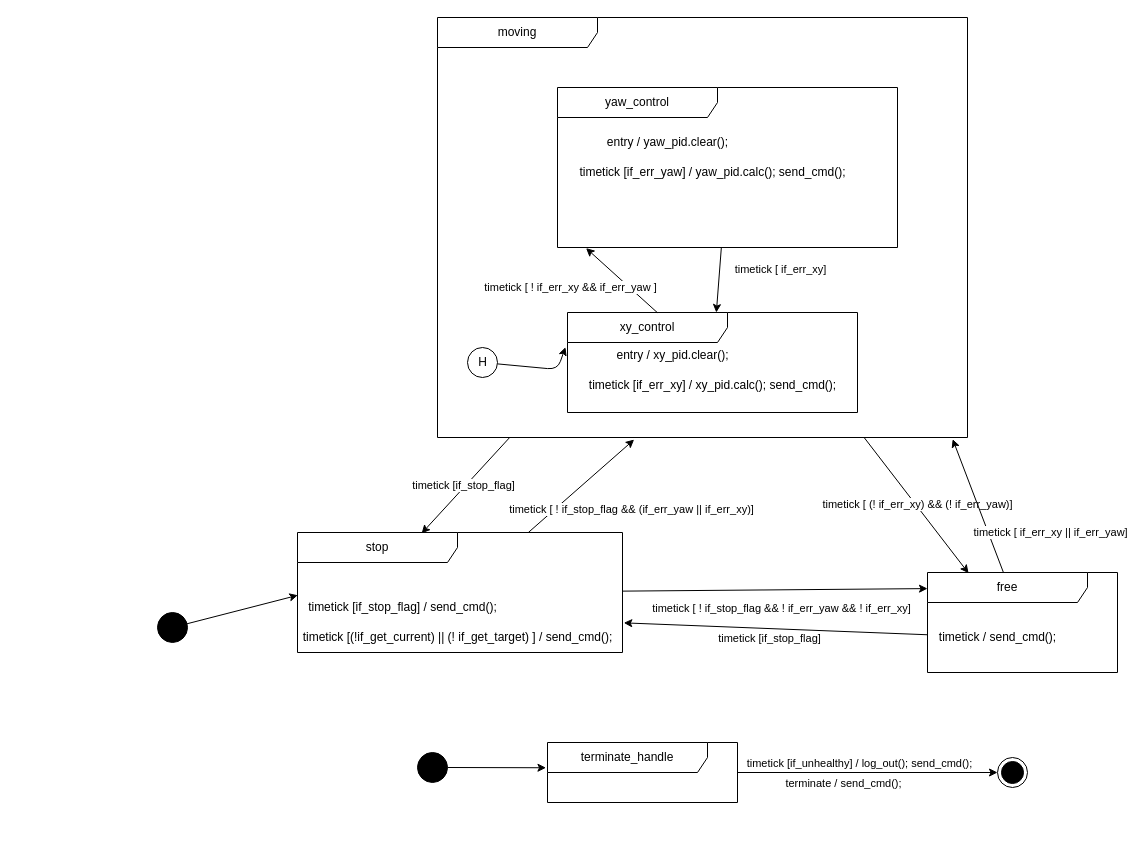
Ran13245/robot keeps this draw.io diagram as include/car_control/simpleCtrl.drawio. Above is the earlier version. Source tidied: cells renumbered, new cells numbered last; positions are measured from the earlier drawing's top-left corner, leaving out a move shared by most shapes. Both pictures are drawn from the tidied source at 100%, with x=0, y=0 at pixel (157, 17).
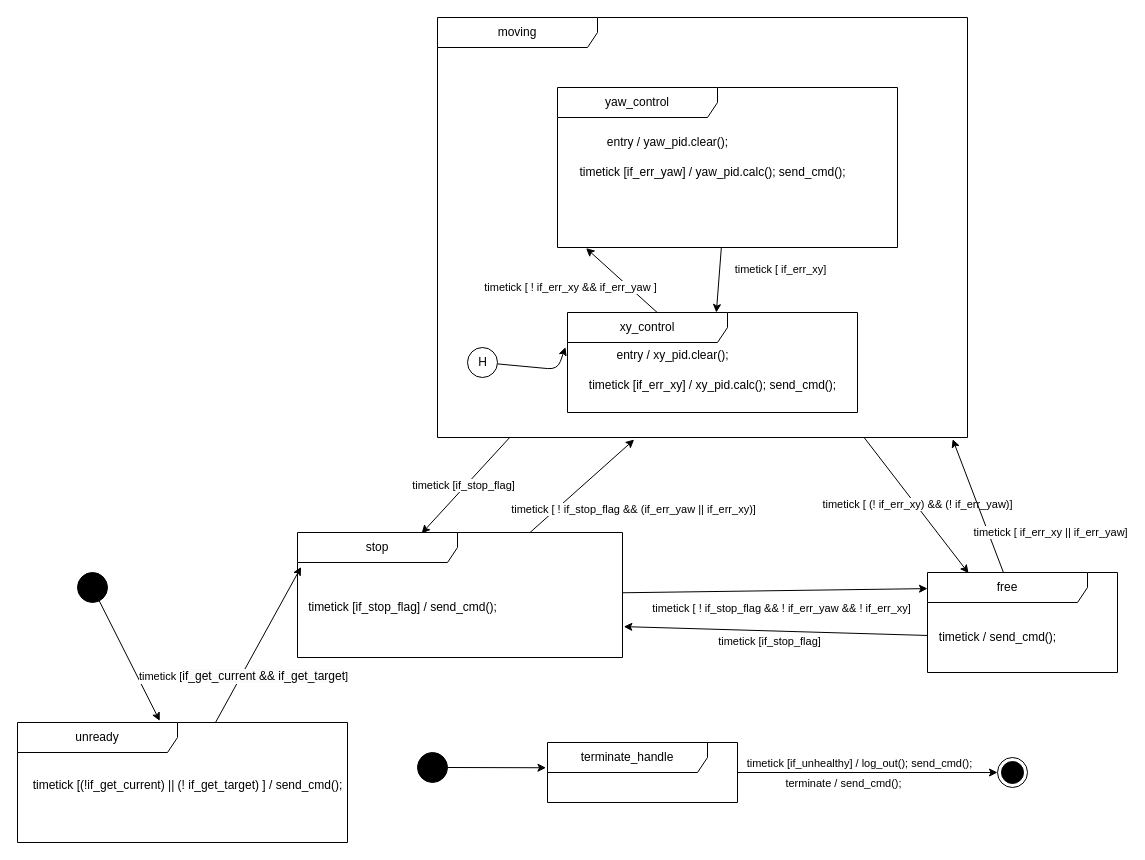
The same diagram, later.

Commit message (it also covers changes not shown here):
解决反复触发on_entry问题

What changed in the source:
```diff
@@
     <mxCell id="15" value="stop" style="shape=umlFrame;whiteSpace=wrap;html=1;width=160;" parent="1" vertex="1">
-      <mxGeometry x="140" y="515" width="325" height="120" as="geometry" />
+      <mxGeometry x="140" y="515" width="325" height="125" as="geometry" />
     </mxCell>
@@
-    <mxCell id="17" value="timetick [(!if_get_current) || (! if_get_target) ] / send_cmd();" style="text;html=1;align=center;verticalAlign=middle;strokeColor=none;fillColor=none;" parent="15" vertex="1">
-      <mxGeometry x="-5" y="90" width="330" height="30" as="geometry" />
-    </mxCell>
@@
     <mxCell id="24" style="ellipse;fillColor=strokeColor;html=1;" parent="1" vertex="1">
-      <mxGeometry y="595" width="30" height="30" as="geometry" />
+      <mxGeometry x="-80" y="555" width="30" height="30" as="geometry" />
     </mxCell>
-    <mxCell id="25" style="edgeStyle=none;html=1;entryX=0.001;entryY=0.523;entryDx=0;entryDy=0;entryPerimeter=0;" parent="1" edge="1" source="24" target="15">
+    <mxCell id="25" style="edgeStyle=none;html=1;entryX=0.431;entryY=-0.014;entryDx=0;entryDy=0;entryPerimeter=0;" parent="1" edge="1" source="24" target="41">
       <mxGeometry relative="1" as="geometry" />
     </mxCell>
@@
+    <mxCell id="41" value="unready" style="shape=umlFrame;whiteSpace=wrap;html=1;width=160;" parent="1" vertex="1">
+      <mxGeometry x="-140" y="705" width="330" height="120" as="geometry" />
+    </mxCell>
+    <mxCell id="17" value="&lt;span style=&quot;color: rgb(0, 0, 0);&quot;&gt;timetick [(!if_get_current) || (! if_get_target) ] / send_cmd();&lt;/span&gt;" style="text;html=1;align=center;verticalAlign=middle;strokeColor=none;fillColor=none;" parent="1" vertex="1">
+      <mxGeometry x="-135" y="753" width="330" height="30" as="geometry" />
+    </mxCell>
+    <mxCell id="42" style="edgeStyle=none;html=1;entryX=0.011;entryY=0.276;entryDx=0;entryDy=0;entryPerimeter=0;" parent="1" edge="1" source="41" target="15">
+      <mxGeometry relative="1" as="geometry" />
+    </mxCell>
+    <mxCell id="43" value="timetick [&lt;span style=&quot;color: rgb(0, 0, 0); font-size: 12px; background-color: rgb(251, 251, 251);&quot;&gt;if_get_current &amp;amp;&amp;amp; if_get_target&lt;/span&gt;]" style="edgeLabel;html=1;align=center;verticalAlign=middle;" parent="42" vertex="1">
+      <mxGeometry x="-0.39" y="-2" relative="1" as="geometry" />
+    </mxCell>
```
